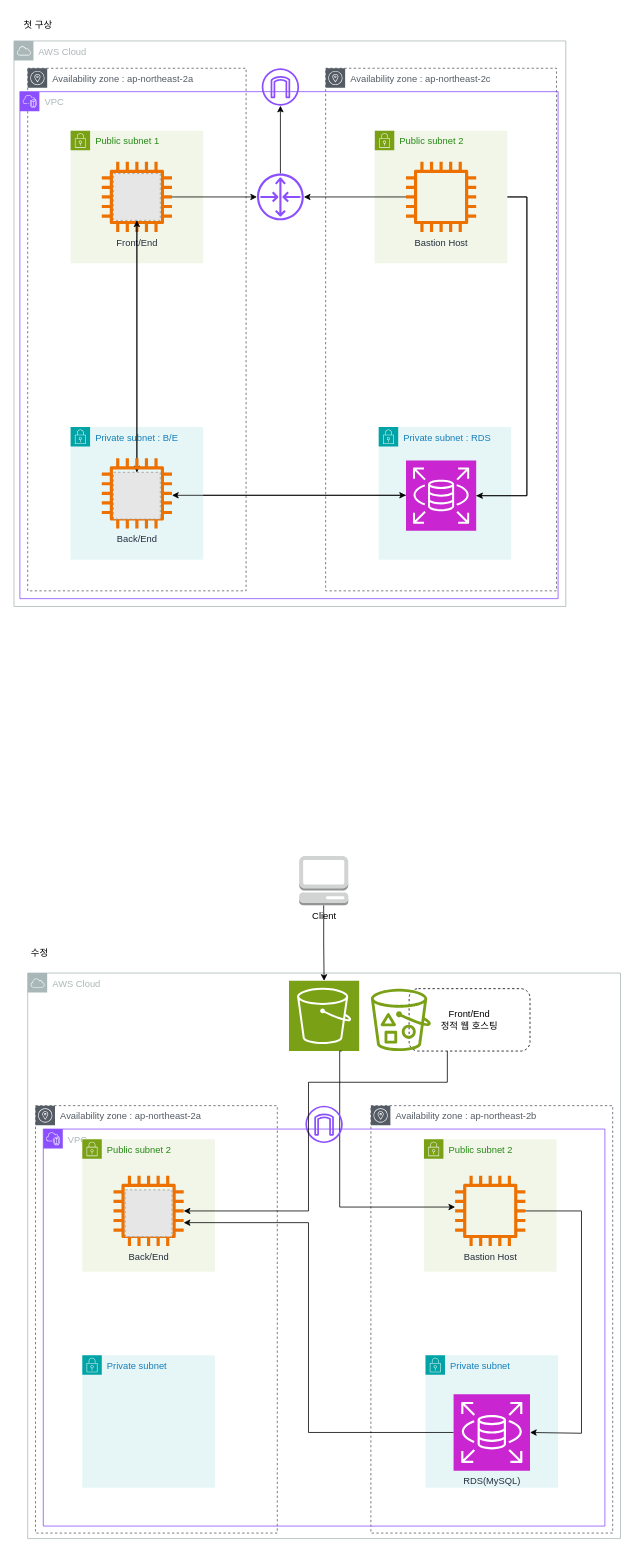
Earlier version of the draw.io diagram 미니프로젝트-3 다이어그램.drawio (moonjichan/sesac_mini_3). Source tidied: cells renumbered, new cells numbered last; positions are measured from the earlier drawing's top-left corner, leaving out a move shared by most shapes. Both pictures are drawn from the tidied source at 78%, with x=0, y=0 at pixel (13, 13). Pictures stored in the file or linked from it are replaced by grey dashed boxes.
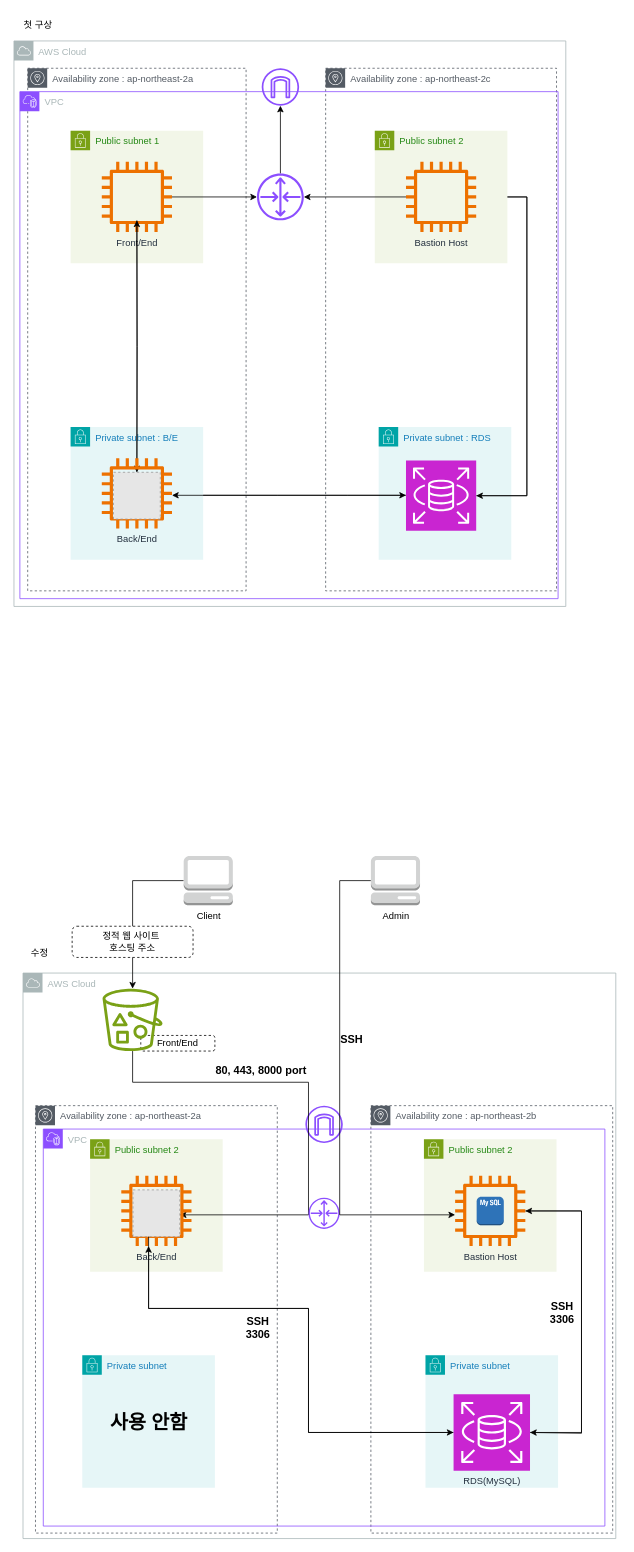
After the change.

Commit message:
미니프로젝트-3 다이어그램.drawio 업데이트

Unchanged cells that the change refers to:
```xml
<mxCell id="30" style="fillColor=#E6E6E6;strokeColor=#999999;dashed=1;html=1;verticalAlign=top;verticalLabelPosition=bottom;labelBackgroundColor=#ffffff;" parent="1" vertex="1">
  <mxGeometry x="128" y="588" width="60" height="60" as="geometry" />
</mxCell>
<mxCell id="40" value="Bastion Host" style="sketch=0;outlineConnect=0;fontColor=#232F3E;gradientColor=none;fillColor=#ED7100;strokeColor=none;dashed=0;verticalLabelPosition=bottom;verticalAlign=top;align=center;html=1;fontSize=12;fontStyle=0;shape=mxgraph.aws4.instance2;" parent="1" vertex="1">
  <mxGeometry x="566" y="1490" width="90" height="90" as="geometry" />
</mxCell>
<mxCell id="50" value="RDS(MySQL)" style="sketch=0;points=[[0,0,0],[0.25,0,0],[0.5,0,0],[0.75,0,0],[1,0,0],[0,1,0],[0.25,1,0],[0.5,1,0],[0.75,1,0],[1,1,0],[0,0.25,0],[0,0.5,0],[0,0.75,0],[1,0.25,0],[1,0.5,0],[1,0.75,0]];outlineConnect=0;fontColor=#232F3E;fillColor=#C925D1;strokeColor=#ffffff;dashed=0;verticalLabelPosition=bottom;verticalAlign=top;align=center;html=1;fontSize=12;fontStyle=0;shape=mxgraph.aws4.resourceIcon;resIcon=mxgraph.aws4.rds;" parent="1" vertex="1">
  <mxGeometry x="564" y="1770" width="98" height="98" as="geometry" />
</mxCell>
```

Change to the diagram source:
```diff
@@
     <mxCell id="3" value="AWS Cloud" style="sketch=0;gradientColor=none;html=1;whiteSpace=wrap;fontSize=12;fontStyle=0;shape=mxgraph.aws4.group;grIcon=mxgraph.aws4.group_aws_cloud;strokeColor=#AAB7B8;fillColor=none;verticalAlign=top;align=left;spacingLeft=30;fontColor=#AAB7B8;dashed=0;" parent="1" vertex="1">
-      <mxGeometry x="18" y="1230" width="760" height="725" as="geometry" />
+      <mxGeometry x="12" y="1230" width="760" height="725" as="geometry" />
     </mxCell>
@@
-    <mxCell id="21" style="edgeStyle=orthogonalEdgeStyle;rounded=0;jettySize=auto;html=1;exitX=0.5;exitY=1;exitDx=0;exitDy=0;entryX=0.5;entryY=0;entryDx=0;entryDy=0;" parent="1" edge="1" source="22" target="30">
-      <mxGeometry relative="1" as="geometry" />
+    <mxCell id="21" style="edgeStyle=orthogonalEdgeStyle;rounded=0;jettySize=auto;html=1;exitX=0.5;exitY=1;exitDx=0;exitDy=0;entryX=0.5;entryY=0;entryDx=0;entryDy=0;" parent="1" edge="1" target="30">
+      <mxGeometry relative="1" as="geometry">
+        <mxPoint x="158" y="265" as="sourcePoint" />
+      </mxGeometry>
     </mxCell>
-    <mxCell id="22" style="fillColor=#E6E6E6;strokeColor=#999999;dashed=1;html=1;verticalAlign=top;verticalLabelPosition=bottom;labelBackgroundColor=#ffffff;" parent="1" vertex="1">
-      <mxGeometry x="128" y="205" width="60" height="60" as="geometry" />
-    </mxCell>
-    <mxCell id="23" style="edgeStyle=orthogonalEdgeStyle;rounded=0;jettySize=auto;html=1;exitX=0.5;exitY=0;exitDx=0;exitDy=0;" parent="1" edge="1" source="30" target="22">
-      <mxGeometry relative="1" as="geometry" />
+    <mxCell id="23" style="edgeStyle=orthogonalEdgeStyle;rounded=0;jettySize=auto;html=1;exitX=0.5;exitY=0;exitDx=0;exitDy=0;" parent="1" edge="1" source="30">
+      <mxGeometry relative="1" as="geometry">
+        <mxPoint x="158" y="265" as="targetPoint" />
+      </mxGeometry>
     </mxCell>
@@
     <mxCell id="36" value="Public subnet 2" style="gradientColor=none;html=1;whiteSpace=wrap;fontSize=12;fontStyle=0;shape=mxgraph.aws4.group;grIcon=mxgraph.aws4.group_security_group;grStroke=0;strokeColor=#7AA116;fillColor=#F2F6E8;verticalAlign=top;align=left;spacingLeft=30;fontColor=#248814;dashed=0;" parent="1" vertex="1">
-      <mxGeometry x="88" y="1443" width="170" height="170" as="geometry" />
+      <mxGeometry x="98" y="1443" width="170" height="170" as="geometry" />
     </mxCell>
-    <mxCell id="37" style="sketch=0;points=[[0,0,0],[0.25,0,0],[0.5,0,0],[0.75,0,0],[1,0,0],[0,1,0],[0.25,1,0],[0.5,1,0],[0.75,1,0],[1,1,0],[0,0.25,0],[0,0.5,0],[0,0.75,0],[1,0.25,0],[1,0.5,0],[1,0.75,0]];outlineConnect=0;fontColor=#232F3E;fillColor=#7AA116;strokeColor=#ffffff;dashed=0;verticalLabelPosition=bottom;verticalAlign=top;align=center;html=1;fontSize=12;fontStyle=0;shape=mxgraph.aws4.resourceIcon;resIcon=mxgraph.aws4.s3;" parent="1" vertex="1">
-      <mxGeometry x="353" y="1240" width="90" height="90" as="geometry" />
-    </mxCell>
-    <mxCell id="38" style="edgeStyle=orthogonalEdgeStyle;rounded=0;jettySize=auto;html=1;exitX=0.75;exitY=1;exitDx=0;exitDy=0;exitPerimeter=0;" parent="1" edge="1" source="37" target="40">
-      <mxGeometry relative="1" as="geometry">
-        <Array as="points">
-          <mxPoint x="418" y="1330" />
-          <mxPoint x="418" y="1530" />
-        </Array>
-      </mxGeometry>
-    </mxCell>
@@
-    <mxCell id="41" style="edgeStyle=orthogonalEdgeStyle;rounded=0;jettySize=auto;html=1;exitX=0.5;exitY=1;exitDx=0;exitDy=0;exitPerimeter=0;" parent="1" edge="1" source="42" target="37">
-      <mxGeometry relative="1" as="geometry" />
-    </mxCell>
+    <mxCell id="51" style="edgeStyle=orthogonalEdgeStyle;rounded=0;jettySize=auto;html=1;" parent="1" edge="1" source="42" target="46">
+      <mxGeometry relative="1" as="geometry" />
+    </mxCell>
     <mxCell id="42" value="Client" style="outlineConnect=0;dashed=0;verticalLabelPosition=bottom;verticalAlign=top;align=center;html=1;shape=mxgraph.aws3.management_console;fillColor=#D2D3D3;gradientColor=none;" parent="1" vertex="1">
-      <mxGeometry x="366" y="1080" width="63" height="63" as="geometry" />
+      <mxGeometry x="218" y="1080" width="63" height="63" as="geometry" />
     </mxCell>
@@
-    <mxCell id="44" style="edgeStyle=orthogonalEdgeStyle;rounded=0;jettySize=auto;html=1;" parent="1" edge="1" source="45" target="48">
-      <mxGeometry relative="1" as="geometry">
-        <Array as="points">
-          <mxPoint x="556" y="1370" />
-          <mxPoint x="378" y="1370" />
-          <mxPoint x="378" y="1535" />
-        </Array>
-      </mxGeometry>
-    </mxCell>
-    <mxCell id="45" value="Front/End&lt;div&gt;정적 웹 호스팅&lt;/div&gt;" style="rounded=1;whiteSpace=wrap;html=1;glass=0;dashed=1;align=center;" parent="1" vertex="1">
-      <mxGeometry x="507" y="1250" width="155" height="80" as="geometry" />
+    <mxCell id="45" value="Front/End" style="rounded=1;whiteSpace=wrap;html=1;glass=0;dashed=1;align=center;" parent="1" vertex="1">
+      <mxGeometry x="163" y="1310" width="95" height="20" as="geometry" />
     </mxCell>
+    <mxCell id="52" style="edgeStyle=orthogonalEdgeStyle;rounded=0;jettySize=auto;html=1;" parent="1" edge="1" source="46" target="49">
+      <mxGeometry relative="1" as="geometry">
+        <Array as="points">
+          <mxPoint x="153" y="1370" />
+          <mxPoint x="378" y="1370" />
+          <mxPoint x="378" y="1540" />
+        </Array>
+      </mxGeometry>
+    </mxCell>
     <mxCell id="46" style="sketch=0;outlineConnect=0;fontColor=#232F3E;gradientColor=none;fillColor=#7AA116;strokeColor=none;dashed=0;verticalLabelPosition=bottom;verticalAlign=top;align=center;html=1;fontSize=12;fontStyle=0;shape=mxgraph.aws4.bucket_with_objects;" parent="1" vertex="1">
-      <mxGeometry x="458" y="1250" width="76.9" height="80" as="geometry" />
+      <mxGeometry x="114" y="1250" width="76.9" height="80" as="geometry" />
     </mxCell>
     <mxCell id="47" style="edgeStyle=orthogonalEdgeStyle;rounded=0;jettySize=auto;html=1;exitX=0;exitY=0.5;exitDx=0;exitDy=0;exitPerimeter=0;" parent="1" edge="1" source="50" target="48">
       <mxGeometry relative="1" as="geometry">
         <Array as="points">
           <mxPoint x="378" y="1819" />
-          <mxPoint x="378" y="1550" />
+          <mxPoint x="378" y="1660" />
+          <mxPoint x="173" y="1660" />
         </Array>
       </mxGeometry>
     </mxCell>
     <mxCell id="48" value="Back/End" style="sketch=0;outlineConnect=0;fontColor=#232F3E;gradientColor=none;fillColor=#ED7100;strokeColor=none;dashed=0;verticalLabelPosition=bottom;verticalAlign=top;align=center;html=1;fontSize=12;fontStyle=0;shape=mxgraph.aws4.instance2;" parent="1" vertex="1">
-      <mxGeometry x="128" y="1490" width="90" height="90" as="geometry" />
+      <mxGeometry x="138" y="1490" width="90" height="90" as="geometry" />
     </mxCell>
     <mxCell id="49" style="fillColor=#E6E6E6;strokeColor=#999999;dashed=1;html=1;verticalAlign=top;verticalLabelPosition=bottom;labelBackgroundColor=#ffffff;" parent="1" vertex="1">
-      <mxGeometry x="143" y="1508" width="60" height="60" as="geometry" />
+      <mxGeometry x="153" y="1508" width="60" height="60" as="geometry" />
     </mxCell>
+    <mxCell id="53" style="edgeStyle=orthogonalEdgeStyle;rounded=0;jettySize=auto;html=1;" parent="1" edge="1" source="50" target="40">
+      <mxGeometry relative="1" as="geometry">
+        <Array as="points">
+          <mxPoint x="728" y="1819" />
+          <mxPoint x="728" y="1535" />
+        </Array>
+      </mxGeometry>
+    </mxCell>
@@
+    <mxCell id="54" style="sketch=0;fontColor=#232F3E;gradientColor=none;fillColor=#8C4FFF;strokeColor=none;dashed=0;verticalLabelPosition=bottom;verticalAlign=top;align=center;html=1;fontSize=12;fontStyle=0;shape=mxgraph.aws4.router;" parent="1" vertex="1">
+      <mxGeometry x="378" y="1518" width="40" height="40" as="geometry" />
+    </mxCell>
+    <mxCell id="55" style="edgeStyle=orthogonalEdgeStyle;rounded=0;jettySize=auto;html=1;entryX=0;entryY=0.5;entryDx=0;entryDy=0;entryPerimeter=0;" parent="1" edge="1" source="49" target="50">
+      <mxGeometry relative="1" as="geometry">
+        <Array as="points">
+          <mxPoint x="173" y="1660" />
+          <mxPoint x="378" y="1660" />
+          <mxPoint x="378" y="1819" />
+        </Array>
+      </mxGeometry>
+    </mxCell>
+    <mxCell id="56" style="edgeStyle=orthogonalEdgeStyle;rounded=0;jettySize=auto;html=1;" parent="1" edge="1" source="57" target="40">
+      <mxGeometry relative="1" as="geometry">
+        <Array as="points">
+          <mxPoint x="418" y="1112" />
+          <mxPoint x="418" y="1540" />
+        </Array>
+      </mxGeometry>
+    </mxCell>
+    <mxCell id="57" value="Admin" style="outlineConnect=0;dashed=0;verticalLabelPosition=bottom;verticalAlign=top;align=center;html=1;shape=mxgraph.aws3.management_console;fillColor=#D2D3D3;gradientColor=none;" parent="1" vertex="1">
+      <mxGeometry x="458" y="1080" width="63" height="63" as="geometry" />
+    </mxCell>
+    <mxCell id="58" value="&lt;b&gt;&lt;font style=&quot;font-size: 14px;&quot;&gt;SSH&lt;/font&gt;&lt;/b&gt;" style="text;html=1;align=center;verticalAlign=middle;strokeColor=none;fillColor=none;" parent="1" vertex="1">
+      <mxGeometry x="408" y="1300" width="50" height="30" as="geometry" />
+    </mxCell>
+    <mxCell id="59" value="&lt;div&gt;정적 웹 사이트&amp;nbsp;&lt;/div&gt;&lt;div&gt;호스팅 주소&lt;/div&gt;" style="rounded=1;whiteSpace=wrap;html=1;glass=0;dashed=1;align=center;" parent="1" vertex="1">
+      <mxGeometry x="75" y="1170" width="155" height="40" as="geometry" />
+    </mxCell>
+    <mxCell id="60" value="&lt;b&gt;&lt;font style=&quot;font-size: 14px;&quot;&gt;80, 443, 8000 port&lt;/font&gt;&lt;/b&gt;" style="text;html=1;align=center;verticalAlign=middle;strokeColor=none;fillColor=none;" parent="1" vertex="1">
+      <mxGeometry x="247" y="1340" width="140" height="30" as="geometry" />
+    </mxCell>
+    <mxCell id="61" value="&lt;b&gt;&lt;font style=&quot;font-size: 14px;&quot;&gt;SSH&lt;/font&gt;&lt;/b&gt;&lt;div&gt;&lt;b&gt;&lt;font style=&quot;font-size: 14px;&quot;&gt;3306&lt;/font&gt;&lt;/b&gt;&lt;/div&gt;" style="text;html=1;align=center;verticalAlign=middle;strokeColor=none;fillColor=none;" parent="1" vertex="1">
+      <mxGeometry x="678" y="1640" width="50" height="50" as="geometry" />
+    </mxCell>
+    <mxCell id="62" value="&lt;b style=&quot;&quot;&gt;&lt;font style=&quot;font-size: 25px;&quot;&gt;사용 안함&lt;/font&gt;&lt;/b&gt;" style="text;html=1;align=center;verticalAlign=middle;strokeColor=none;fillColor=none;" parent="1" vertex="1">
+      <mxGeometry x="108" y="1785" width="130" height="40" as="geometry" />
+    </mxCell>
+    <mxCell id="63" value="&lt;b&gt;&lt;font style=&quot;font-size: 14px;&quot;&gt;SSH&lt;/font&gt;&lt;/b&gt;&lt;div&gt;&lt;b&gt;&lt;font style=&quot;font-size: 14px;&quot;&gt;3306&lt;/font&gt;&lt;/b&gt;&lt;/div&gt;" style="text;html=1;align=center;verticalAlign=middle;strokeColor=none;fillColor=none;" parent="1" vertex="1">
+      <mxGeometry x="288" y="1659.5" width="50" height="50" as="geometry" />
+    </mxCell>
+    <mxCell id="64" style="dashed=0;verticalLabelPosition=bottom;verticalAlign=top;align=center;html=1;shape=mxgraph.aws3.mysql_db_instance_2;fillColor=#2E73B8;gradientColor=none;" parent="1" vertex="1">
+      <mxGeometry x="593.6" y="1516.8" width="34.8" height="36.5" as="geometry" />
+    </mxCell>
```
